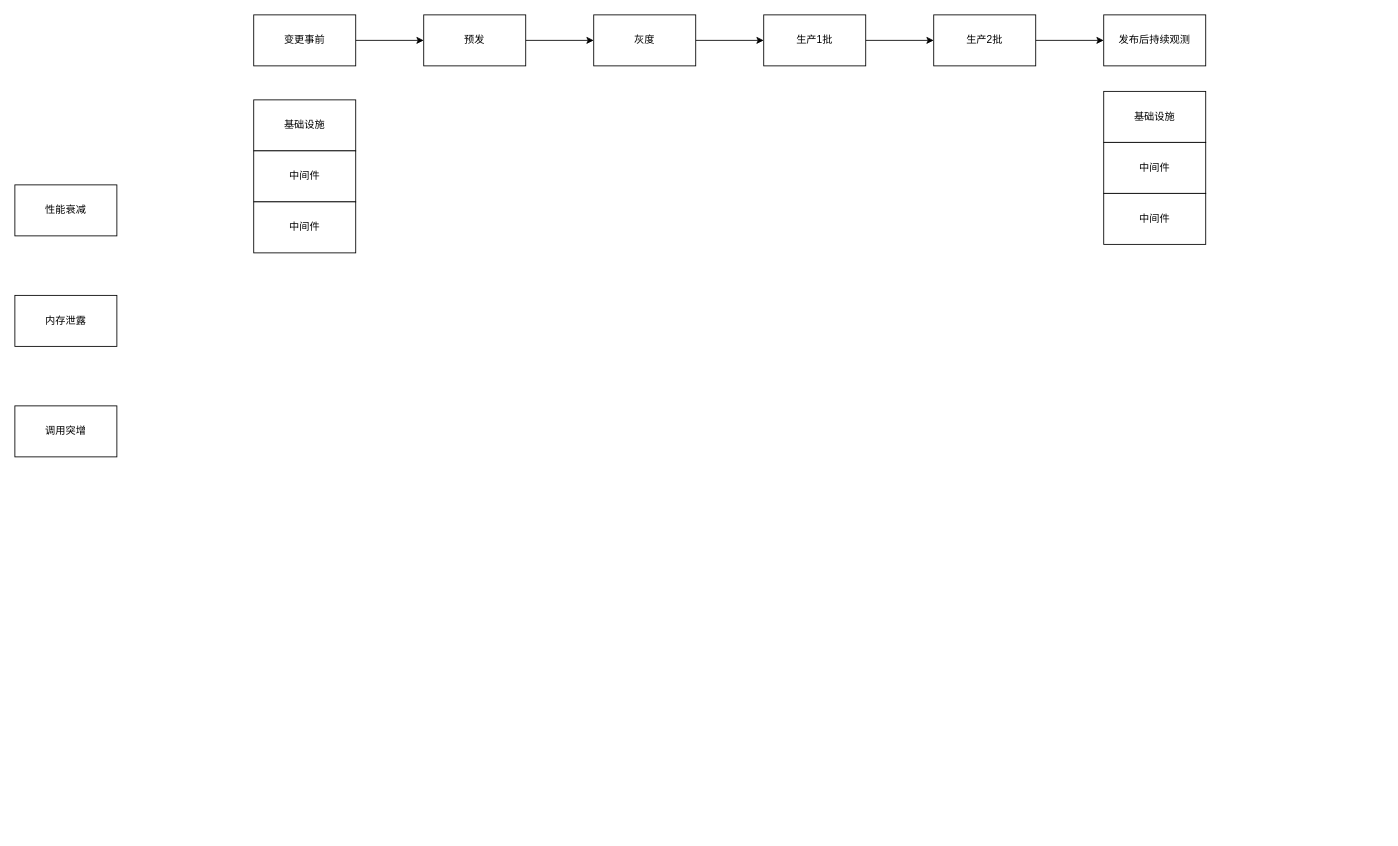
This is 蚂蚁金服/容量变更防御.drawio from frankneu/draw.io, a draw.io file, before an edit. Source tidied: cells renumbered, new cells numbered last; positions are measured from the earlier drawing's top-left corner, leaving out a move shared by most shapes. Both pictures are drawn from the tidied source at 85%, with x=0, y=0 at pixel (14, 14).
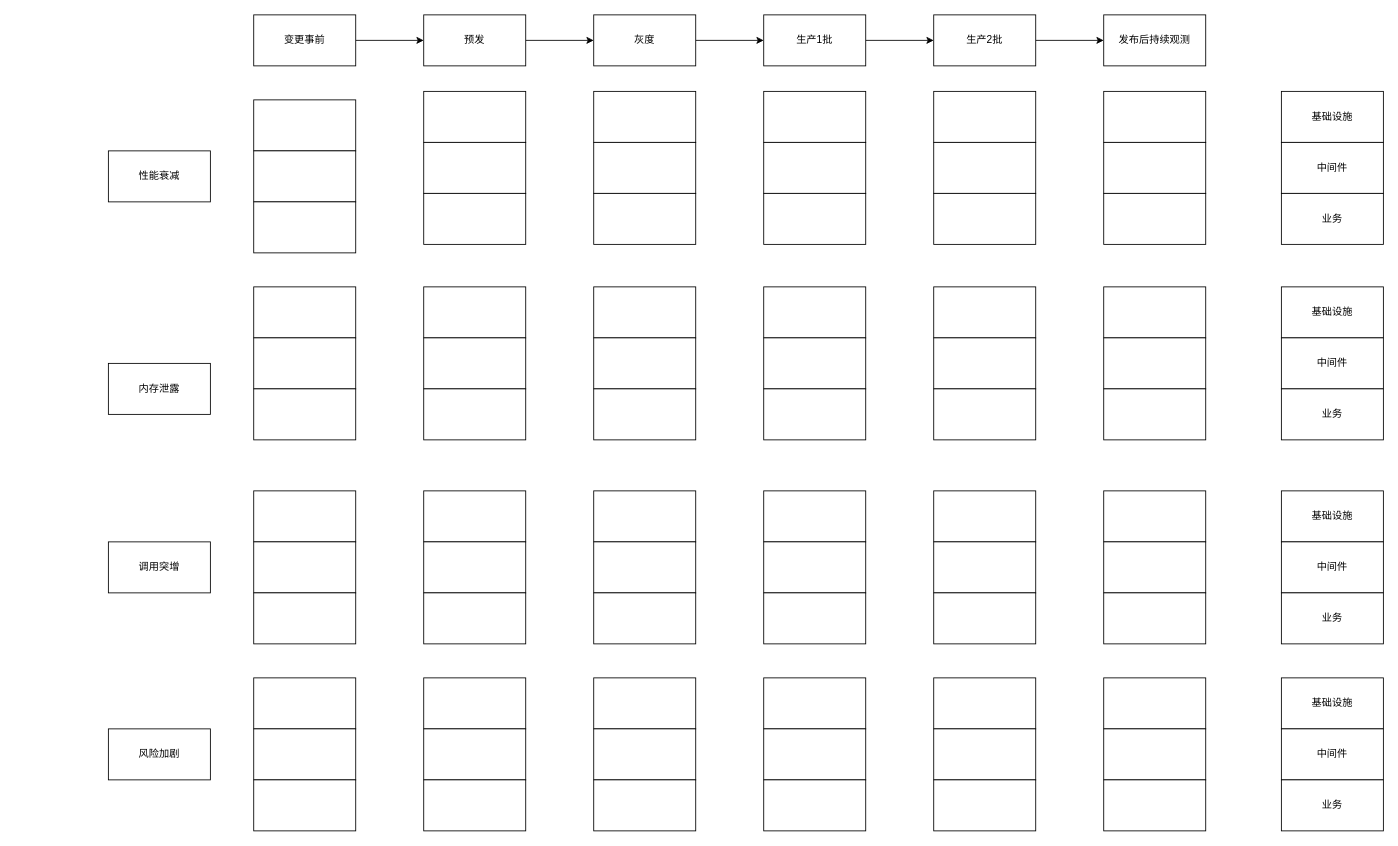
After the change.

Commit message (it also covers changes not shown here):
Update 容量变更防御.drawio

Diff of the diagram source:
```diff
@@
     <mxCell id="13" value="性能衰减" style="rounded=0;whiteSpace=wrap;html=1;" parent="1" vertex="1">
-      <mxGeometry y="200" width="120" height="60" as="geometry" />
+      <mxGeometry x="110" y="160" width="120" height="60" as="geometry" />
     </mxCell>
     <mxCell id="14" value="内存泄露" style="rounded=0;whiteSpace=wrap;html=1;" parent="1" vertex="1">
-      <mxGeometry y="330" width="120" height="60" as="geometry" />
+      <mxGeometry x="110" y="410" width="120" height="60" as="geometry" />
     </mxCell>
     <mxCell id="15" value="调用突增" style="rounded=0;whiteSpace=wrap;html=1;" parent="1" vertex="1">
-      <mxGeometry y="460" width="120" height="60" as="geometry" />
+      <mxGeometry x="110" y="620" width="120" height="60" as="geometry" />
     </mxCell>
-    <mxCell id="16" value="基础设施" style="rounded=0;whiteSpace=wrap;html=1;" parent="1" vertex="1">
+    <mxCell id="16" style="rounded=0;whiteSpace=wrap;html=1;" parent="1" vertex="1">
       <mxGeometry x="281" y="100" width="120" height="60" as="geometry" />
     </mxCell>
     <mxCell id="17" value="基础设施" style="rounded=0;whiteSpace=wrap;html=1;" parent="1" vertex="1">
-      <mxGeometry x="1281" y="90" width="120" height="60" as="geometry" />
+      <mxGeometry x="1490" y="90" width="120" height="60" as="geometry" />
     </mxCell>
-    <mxCell id="18" value="中间件" style="rounded=0;whiteSpace=wrap;html=1;" parent="1" vertex="1">
+    <mxCell id="18" style="rounded=0;whiteSpace=wrap;html=1;" parent="1" vertex="1">
       <mxGeometry x="281" y="160" width="120" height="60" as="geometry" />
     </mxCell>
     <mxCell id="19" value="中间件" style="rounded=0;whiteSpace=wrap;html=1;" parent="1" vertex="1">
-      <mxGeometry x="1281" y="150" width="120" height="60" as="geometry" />
+      <mxGeometry x="1490" y="150" width="120" height="60" as="geometry" />
     </mxCell>
-    <mxCell id="20" value="中间件" style="rounded=0;whiteSpace=wrap;html=1;" parent="1" vertex="1">
+    <mxCell id="20" style="rounded=0;whiteSpace=wrap;html=1;" parent="1" vertex="1">
       <mxGeometry x="281" y="220" width="120" height="60" as="geometry" />
     </mxCell>
-    <mxCell id="21" value="中间件" style="rounded=0;whiteSpace=wrap;html=1;" parent="1" vertex="1">
-      <mxGeometry x="1281" y="210" width="120" height="60" as="geometry" />
+    <mxCell id="21" value="业务" style="rounded=0;whiteSpace=wrap;html=1;" parent="1" vertex="1">
+      <mxGeometry x="1490" y="210" width="120" height="60" as="geometry" />
     </mxCell>
+    <mxCell id="22" value="风险加剧" style="rounded=0;whiteSpace=wrap;html=1;" parent="1" vertex="1">
+      <mxGeometry x="110" y="840" width="120" height="60" as="geometry" />
+    </mxCell>
+    <mxCell id="23" style="rounded=0;whiteSpace=wrap;html=1;" parent="1" vertex="1">
+      <mxGeometry x="481" y="90" width="120" height="60" as="geometry" />
+    </mxCell>
+    <mxCell id="24" style="rounded=0;whiteSpace=wrap;html=1;" parent="1" vertex="1">
+      <mxGeometry x="481" y="150" width="120" height="60" as="geometry" />
+    </mxCell>
+    <mxCell id="25" style="rounded=0;whiteSpace=wrap;html=1;" parent="1" vertex="1">
+      <mxGeometry x="481" y="210" width="120" height="60" as="geometry" />
+    </mxCell>
+    <mxCell id="26" style="rounded=0;whiteSpace=wrap;html=1;" parent="1" vertex="1">
+      <mxGeometry x="681" y="90" width="120" height="60" as="geometry" />
+    </mxCell>
+    <mxCell id="27" style="rounded=0;whiteSpace=wrap;html=1;" parent="1" vertex="1">
+      <mxGeometry x="681" y="150" width="120" height="60" as="geometry" />
+    </mxCell>
+    <mxCell id="28" style="rounded=0;whiteSpace=wrap;html=1;" parent="1" vertex="1">
+      <mxGeometry x="681" y="210" width="120" height="60" as="geometry" />
+    </mxCell>
+    <mxCell id="29" style="rounded=0;whiteSpace=wrap;html=1;" parent="1" vertex="1">
+      <mxGeometry x="881" y="90" width="120" height="60" as="geometry" />
+    </mxCell>
+    <mxCell id="30" style="rounded=0;whiteSpace=wrap;html=1;" parent="1" vertex="1">
+      <mxGeometry x="881" y="150" width="120" height="60" as="geometry" />
+    </mxCell>
+    <mxCell id="31" style="rounded=0;whiteSpace=wrap;html=1;" parent="1" vertex="1">
+      <mxGeometry x="881" y="210" width="120" height="60" as="geometry" />
+    </mxCell>
+    <mxCell id="32" style="rounded=0;whiteSpace=wrap;html=1;" parent="1" vertex="1">
+      <mxGeometry x="1081" y="90" width="120" height="60" as="geometry" />
+    </mxCell>
+    <mxCell id="33" style="rounded=0;whiteSpace=wrap;html=1;" parent="1" vertex="1">
+      <mxGeometry x="1081" y="150" width="120" height="60" as="geometry" />
+    </mxCell>
+    <mxCell id="34" style="rounded=0;whiteSpace=wrap;html=1;" parent="1" vertex="1">
+      <mxGeometry x="1081" y="210" width="120" height="60" as="geometry" />
+    </mxCell>
+    <mxCell id="35" style="rounded=0;whiteSpace=wrap;html=1;" parent="1" vertex="1">
+      <mxGeometry x="1281" y="90" width="120" height="60" as="geometry" />
+    </mxCell>
+    <mxCell id="36" style="rounded=0;whiteSpace=wrap;html=1;" parent="1" vertex="1">
+      <mxGeometry x="1281" y="150" width="120" height="60" as="geometry" />
+    </mxCell>
+    <mxCell id="37" style="rounded=0;whiteSpace=wrap;html=1;" parent="1" vertex="1">
+      <mxGeometry x="1281" y="210" width="120" height="60" as="geometry" />
+    </mxCell>
+    <mxCell id="38" style="rounded=0;whiteSpace=wrap;html=1;" parent="1" vertex="1">
+      <mxGeometry x="281" y="320" width="120" height="60" as="geometry" />
+    </mxCell>
+    <mxCell id="39" style="rounded=0;whiteSpace=wrap;html=1;" parent="1" vertex="1">
+      <mxGeometry x="281" y="380" width="120" height="60" as="geometry" />
+    </mxCell>
+    <mxCell id="40" style="rounded=0;whiteSpace=wrap;html=1;" parent="1" vertex="1">
+      <mxGeometry x="281" y="440" width="120" height="60" as="geometry" />
+    </mxCell>
+    <mxCell id="41" style="rounded=0;whiteSpace=wrap;html=1;" parent="1" vertex="1">
+      <mxGeometry x="481" y="320" width="120" height="60" as="geometry" />
+    </mxCell>
+    <mxCell id="42" style="rounded=0;whiteSpace=wrap;html=1;" parent="1" vertex="1">
+      <mxGeometry x="481" y="380" width="120" height="60" as="geometry" />
+    </mxCell>
+    <mxCell id="43" style="rounded=0;whiteSpace=wrap;html=1;" parent="1" vertex="1">
+      <mxGeometry x="481" y="440" width="120" height="60" as="geometry" />
+    </mxCell>
+    <mxCell id="44" style="rounded=0;whiteSpace=wrap;html=1;" parent="1" vertex="1">
+      <mxGeometry x="681" y="320" width="120" height="60" as="geometry" />
+    </mxCell>
+    <mxCell id="45" style="rounded=0;whiteSpace=wrap;html=1;" parent="1" vertex="1">
+      <mxGeometry x="681" y="380" width="120" height="60" as="geometry" />
+    </mxCell>
+    <mxCell id="46" style="rounded=0;whiteSpace=wrap;html=1;" parent="1" vertex="1">
+      <mxGeometry x="681" y="440" width="120" height="60" as="geometry" />
+    </mxCell>
+    <mxCell id="47" style="rounded=0;whiteSpace=wrap;html=1;" parent="1" vertex="1">
+      <mxGeometry x="881" y="320" width="120" height="60" as="geometry" />
+    </mxCell>
+    <mxCell id="48" style="rounded=0;whiteSpace=wrap;html=1;" parent="1" vertex="1">
+      <mxGeometry x="881" y="380" width="120" height="60" as="geometry" />
+    </mxCell>
+    <mxCell id="49" style="rounded=0;whiteSpace=wrap;html=1;" parent="1" vertex="1">
+      <mxGeometry x="881" y="440" width="120" height="60" as="geometry" />
+    </mxCell>
+    <mxCell id="50" style="rounded=0;whiteSpace=wrap;html=1;" parent="1" vertex="1">
+      <mxGeometry x="1081" y="320" width="120" height="60" as="geometry" />
+    </mxCell>
+    <mxCell id="51" style="rounded=0;whiteSpace=wrap;html=1;" parent="1" vertex="1">
+      <mxGeometry x="1081" y="380" width="120" height="60" as="geometry" />
+    </mxCell>
+    <mxCell id="52" style="rounded=0;whiteSpace=wrap;html=1;" parent="1" vertex="1">
+      <mxGeometry x="1081" y="440" width="120" height="60" as="geometry" />
+    </mxCell>
+    <mxCell id="53" style="rounded=0;whiteSpace=wrap;html=1;" parent="1" vertex="1">
+      <mxGeometry x="1281" y="320" width="120" height="60" as="geometry" />
+    </mxCell>
+    <mxCell id="54" style="rounded=0;whiteSpace=wrap;html=1;" parent="1" vertex="1">
+      <mxGeometry x="1281" y="380" width="120" height="60" as="geometry" />
+    </mxCell>
+    <mxCell id="55" style="rounded=0;whiteSpace=wrap;html=1;" parent="1" vertex="1">
+      <mxGeometry x="1281" y="440" width="120" height="60" as="geometry" />
+    </mxCell>
+    <mxCell id="56" style="rounded=0;whiteSpace=wrap;html=1;" parent="1" vertex="1">
+      <mxGeometry x="281" y="560" width="120" height="60" as="geometry" />
+    </mxCell>
+    <mxCell id="57" style="rounded=0;whiteSpace=wrap;html=1;" parent="1" vertex="1">
+      <mxGeometry x="281" y="620" width="120" height="60" as="geometry" />
+    </mxCell>
+    <mxCell id="58" style="rounded=0;whiteSpace=wrap;html=1;" parent="1" vertex="1">
+      <mxGeometry x="281" y="680" width="120" height="60" as="geometry" />
+    </mxCell>
+    <mxCell id="59" style="rounded=0;whiteSpace=wrap;html=1;" parent="1" vertex="1">
+      <mxGeometry x="481" y="560" width="120" height="60" as="geometry" />
+    </mxCell>
+    <mxCell id="60" style="rounded=0;whiteSpace=wrap;html=1;" parent="1" vertex="1">
+      <mxGeometry x="481" y="620" width="120" height="60" as="geometry" />
+    </mxCell>
+    <mxCell id="61" style="rounded=0;whiteSpace=wrap;html=1;" parent="1" vertex="1">
+      <mxGeometry x="481" y="680" width="120" height="60" as="geometry" />
+    </mxCell>
+    <mxCell id="62" style="rounded=0;whiteSpace=wrap;html=1;" parent="1" vertex="1">
+      <mxGeometry x="681" y="560" width="120" height="60" as="geometry" />
+    </mxCell>
+    <mxCell id="63" style="rounded=0;whiteSpace=wrap;html=1;" parent="1" vertex="1">
+      <mxGeometry x="681" y="620" width="120" height="60" as="geometry" />
+    </mxCell>
+    <mxCell id="64" style="rounded=0;whiteSpace=wrap;html=1;" parent="1" vertex="1">
+      <mxGeometry x="681" y="680" width="120" height="60" as="geometry" />
+    </mxCell>
+    <mxCell id="65" style="rounded=0;whiteSpace=wrap;html=1;" parent="1" vertex="1">
+      <mxGeometry x="881" y="560" width="120" height="60" as="geometry" />
+    </mxCell>
+    <mxCell id="66" style="rounded=0;whiteSpace=wrap;html=1;" parent="1" vertex="1">
+      <mxGeometry x="881" y="620" width="120" height="60" as="geometry" />
+    </mxCell>
+    <mxCell id="67" style="rounded=0;whiteSpace=wrap;html=1;" parent="1" vertex="1">
+      <mxGeometry x="881" y="680" width="120" height="60" as="geometry" />
+    </mxCell>
+    <mxCell id="68" style="rounded=0;whiteSpace=wrap;html=1;" parent="1" vertex="1">
+      <mxGeometry x="1081" y="560" width="120" height="60" as="geometry" />
+    </mxCell>
+    <mxCell id="69" style="rounded=0;whiteSpace=wrap;html=1;" parent="1" vertex="1">
+      <mxGeometry x="1081" y="620" width="120" height="60" as="geometry" />
+    </mxCell>
+    <mxCell id="70" style="rounded=0;whiteSpace=wrap;html=1;" parent="1" vertex="1">
+      <mxGeometry x="1081" y="680" width="120" height="60" as="geometry" />
+    </mxCell>
+    <mxCell id="71" style="rounded=0;whiteSpace=wrap;html=1;" parent="1" vertex="1">
+      <mxGeometry x="1281" y="560" width="120" height="60" as="geometry" />
+    </mxCell>
+    <mxCell id="72" style="rounded=0;whiteSpace=wrap;html=1;" parent="1" vertex="1">
+      <mxGeometry x="1281" y="620" width="120" height="60" as="geometry" />
+    </mxCell>
+    <mxCell id="73" style="rounded=0;whiteSpace=wrap;html=1;" parent="1" vertex="1">
+      <mxGeometry x="1281" y="680" width="120" height="60" as="geometry" />
+    </mxCell>
+    <mxCell id="74" style="rounded=0;whiteSpace=wrap;html=1;" parent="1" vertex="1">
+      <mxGeometry x="281" y="780" width="120" height="60" as="geometry" />
+    </mxCell>
+    <mxCell id="75" style="rounded=0;whiteSpace=wrap;html=1;" parent="1" vertex="1">
+      <mxGeometry x="281" y="840" width="120" height="60" as="geometry" />
+    </mxCell>
+    <mxCell id="76" style="rounded=0;whiteSpace=wrap;html=1;" parent="1" vertex="1">
+      <mxGeometry x="281" y="900" width="120" height="60" as="geometry" />
+    </mxCell>
+    <mxCell id="77" style="rounded=0;whiteSpace=wrap;html=1;" parent="1" vertex="1">
+      <mxGeometry x="481" y="780" width="120" height="60" as="geometry" />
+    </mxCell>
+    <mxCell id="78" style="rounded=0;whiteSpace=wrap;html=1;" parent="1" vertex="1">
+      <mxGeometry x="481" y="840" width="120" height="60" as="geometry" />
+    </mxCell>
+    <mxCell id="79" style="rounded=0;whiteSpace=wrap;html=1;" parent="1" vertex="1">
+      <mxGeometry x="481" y="900" width="120" height="60" as="geometry" />
+    </mxCell>
+    <mxCell id="80" style="rounded=0;whiteSpace=wrap;html=1;" parent="1" vertex="1">
+      <mxGeometry x="681" y="780" width="120" height="60" as="geometry" />
+    </mxCell>
+    <mxCell id="81" style="rounded=0;whiteSpace=wrap;html=1;" parent="1" vertex="1">
+      <mxGeometry x="681" y="840" width="120" height="60" as="geometry" />
+    </mxCell>
+    <mxCell id="82" style="rounded=0;whiteSpace=wrap;html=1;" parent="1" vertex="1">
+      <mxGeometry x="681" y="900" width="120" height="60" as="geometry" />
+    </mxCell>
+    <mxCell id="83" style="rounded=0;whiteSpace=wrap;html=1;" parent="1" vertex="1">
+      <mxGeometry x="881" y="780" width="120" height="60" as="geometry" />
+    </mxCell>
+    <mxCell id="84" style="rounded=0;whiteSpace=wrap;html=1;" parent="1" vertex="1">
+      <mxGeometry x="881" y="840" width="120" height="60" as="geometry" />
+    </mxCell>
+    <mxCell id="85" style="rounded=0;whiteSpace=wrap;html=1;" parent="1" vertex="1">
+      <mxGeometry x="881" y="900" width="120" height="60" as="geometry" />
+    </mxCell>
+    <mxCell id="86" style="rounded=0;whiteSpace=wrap;html=1;" parent="1" vertex="1">
+      <mxGeometry x="1081" y="780" width="120" height="60" as="geometry" />
+    </mxCell>
+    <mxCell id="87" style="rounded=0;whiteSpace=wrap;html=1;" parent="1" vertex="1">
+      <mxGeometry x="1081" y="840" width="120" height="60" as="geometry" />
+    </mxCell>
+    <mxCell id="88" style="rounded=0;whiteSpace=wrap;html=1;" parent="1" vertex="1">
+      <mxGeometry x="1081" y="900" width="120" height="60" as="geometry" />
+    </mxCell>
+    <mxCell id="89" style="rounded=0;whiteSpace=wrap;html=1;" parent="1" vertex="1">
+      <mxGeometry x="1281" y="780" width="120" height="60" as="geometry" />
+    </mxCell>
+    <mxCell id="90" style="rounded=0;whiteSpace=wrap;html=1;" parent="1" vertex="1">
+      <mxGeometry x="1281" y="840" width="120" height="60" as="geometry" />
+    </mxCell>
+    <mxCell id="91" style="rounded=0;whiteSpace=wrap;html=1;" parent="1" vertex="1">
+      <mxGeometry x="1281" y="900" width="120" height="60" as="geometry" />
+    </mxCell>
+    <mxCell id="92" value="基础设施" style="rounded=0;whiteSpace=wrap;html=1;" parent="1" vertex="1">
+      <mxGeometry x="1490" y="320" width="120" height="60" as="geometry" />
+    </mxCell>
+    <mxCell id="93" value="中间件" style="rounded=0;whiteSpace=wrap;html=1;" parent="1" vertex="1">
+      <mxGeometry x="1490" y="380" width="120" height="60" as="geometry" />
+    </mxCell>
+    <mxCell id="94" value="业务" style="rounded=0;whiteSpace=wrap;html=1;" parent="1" vertex="1">
+      <mxGeometry x="1490" y="440" width="120" height="60" as="geometry" />
+    </mxCell>
+    <mxCell id="95" value="基础设施" style="rounded=0;whiteSpace=wrap;html=1;" parent="1" vertex="1">
+      <mxGeometry x="1490" y="560" width="120" height="60" as="geometry" />
+    </mxCell>
+    <mxCell id="96" value="中间件" style="rounded=0;whiteSpace=wrap;html=1;" parent="1" vertex="1">
+      <mxGeometry x="1490" y="620" width="120" height="60" as="geometry" />
+    </mxCell>
+    <mxCell id="97" value="业务" style="rounded=0;whiteSpace=wrap;html=1;" parent="1" vertex="1">
+      <mxGeometry x="1490" y="680" width="120" height="60" as="geometry" />
+    </mxCell>
+    <mxCell id="98" value="基础设施" style="rounded=0;whiteSpace=wrap;html=1;" parent="1" vertex="1">
+      <mxGeometry x="1490" y="780" width="120" height="60" as="geometry" />
+    </mxCell>
+    <mxCell id="99" value="中间件" style="rounded=0;whiteSpace=wrap;html=1;" parent="1" vertex="1">
+      <mxGeometry x="1490" y="840" width="120" height="60" as="geometry" />
+    </mxCell>
+    <mxCell id="100" value="业务" style="rounded=0;whiteSpace=wrap;html=1;" parent="1" vertex="1">
+      <mxGeometry x="1490" y="900" width="120" height="60" as="geometry" />
+    </mxCell>
```
